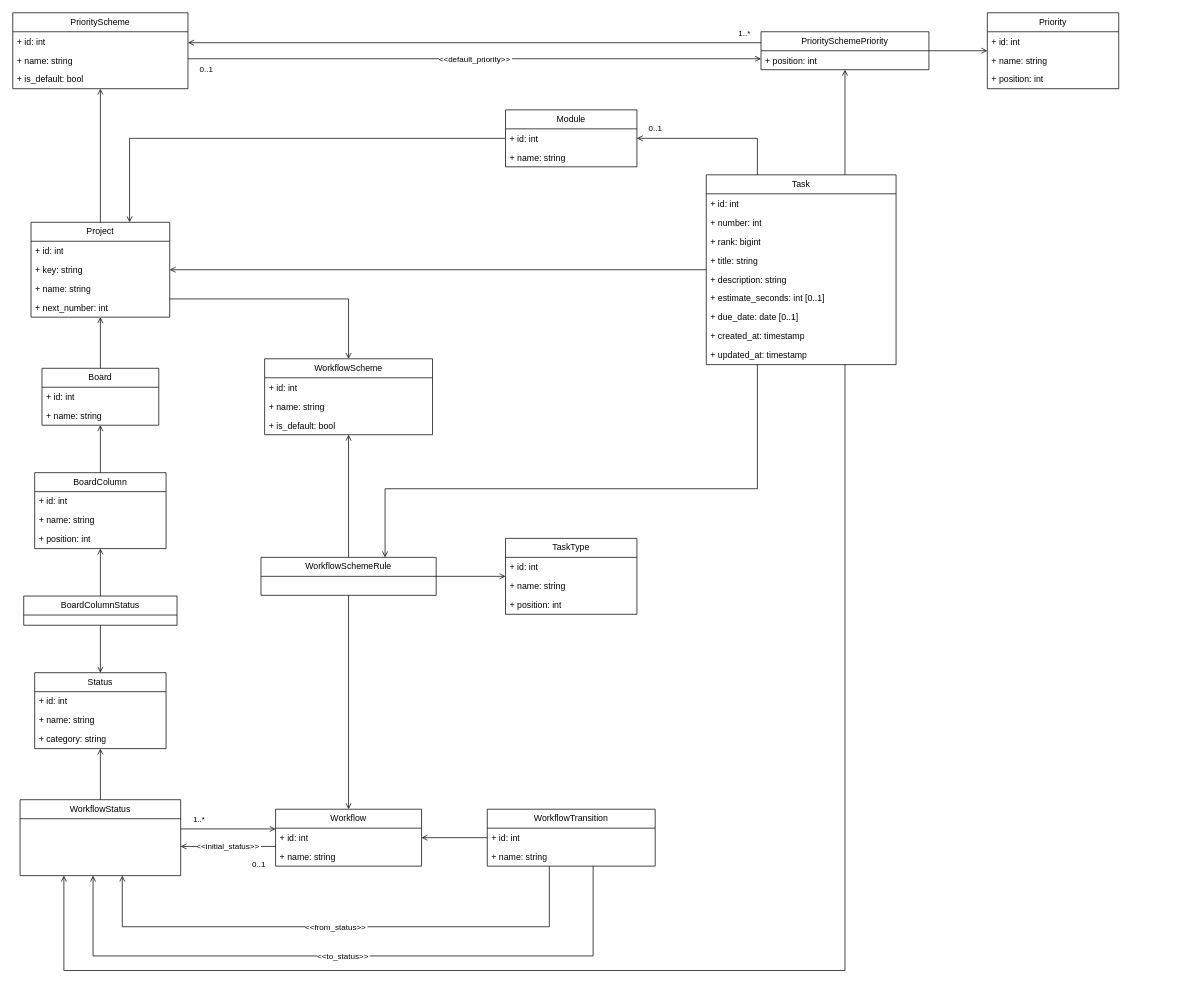
Earlier version of the draw.io diagram page "Классы — общее" (1 of 2) of docs/Диаграммы.drawio (hedgehog-pm/service-tracker). Source tidied: cells renumbered, new cells numbered last; positions are measured from the earlier drawing's top-left corner, leaving out a move shared by most shapes. Both pictures are drawn from the tidied source at 73%, with x=0, y=0 at pixel (12, 12).
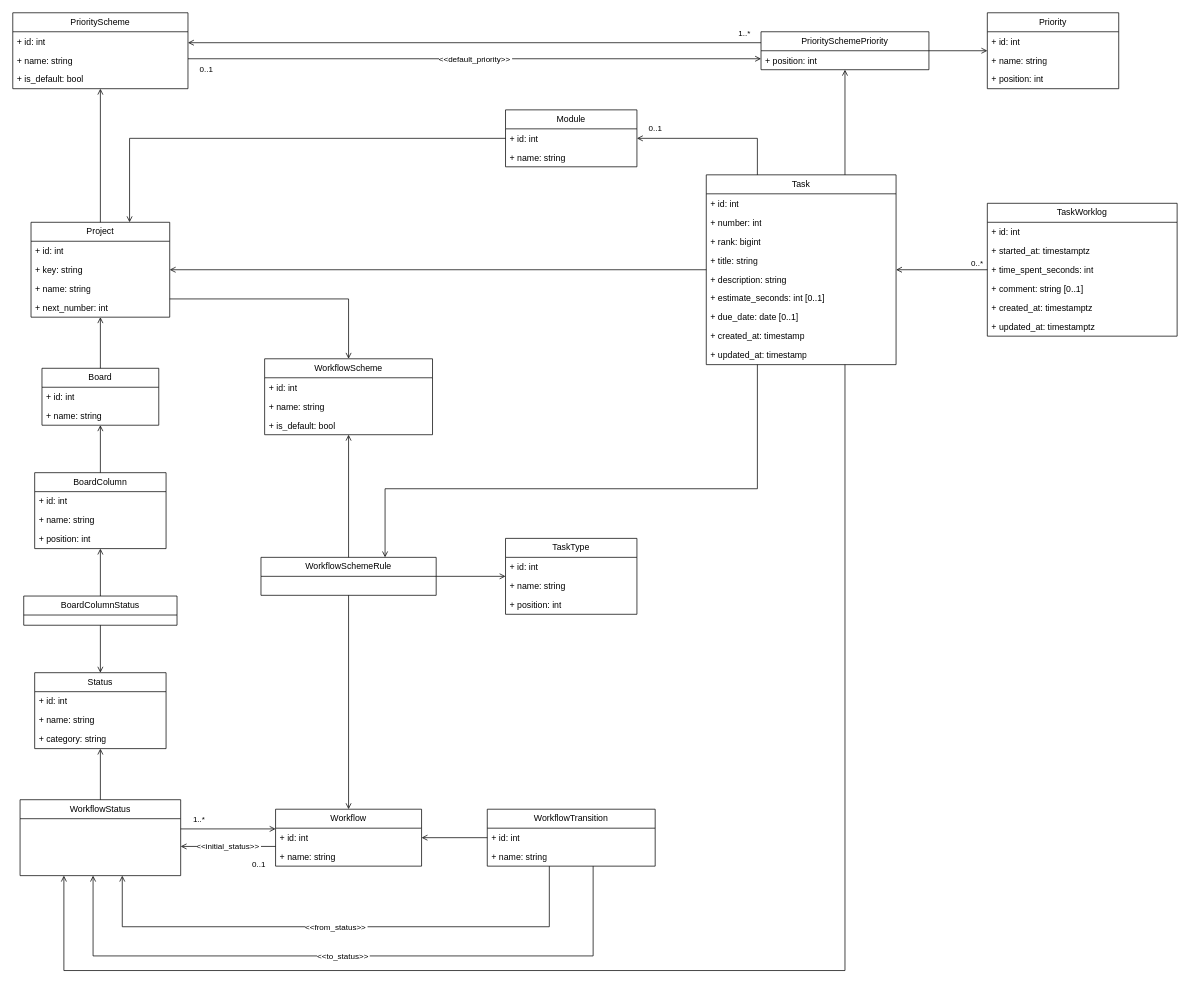
The same diagram, later.

The change refers to these unchanged cells:
```xml
<mxCell id="18" value="Task" style="swimlane;fontStyle=0;horizontal=1;startSize=26;fillColor=none;whiteSpace=wrap;html=1;fontFamily=Helvetica;fontSize=12;strokeColor=#000000;fontColor=#000000;fillColor=#FFFFFF;shadow=0;rounded=0;" parent="1" vertex="1">
  <mxGeometry x="950" y="222" width="260" height="260" as="geometry" />
</mxCell>
```

The edit, as a diff of the source:
```diff
@@
+    <mxCell id="91" value="TaskWorklog" style="swimlane;fontStyle=0;horizontal=1;startSize=26;fillColor=none;whiteSpace=wrap;html=1;fontFamily=Helvetica;fontSize=12;strokeColor=#000000;fontColor=#000000;fillColor=#FFFFFF;shadow=0;rounded=0;" parent="1" vertex="1">
+      <mxGeometry x="1335" y="261" width="260" height="182" as="geometry" />
+    </mxCell>
+    <mxCell id="92" value="+ id: int" style="text;strokeColor=none;fillColor=none;align=left;verticalAlign=top;spacingLeft=4;spacingRight=4;overflow=hidden;whiteSpace=wrap;html=1;fontFamily=Helvetica;fontSize=12;fontColor=#000000;" parent="91" vertex="1">
+      <mxGeometry y="26" width="260" height="26" as="geometry" />
+    </mxCell>
+    <mxCell id="93" value="+ started_at: timestamptz" style="text;strokeColor=none;fillColor=none;align=left;verticalAlign=top;spacingLeft=4;spacingRight=4;overflow=hidden;whiteSpace=wrap;html=1;fontFamily=Helvetica;fontSize=12;fontColor=#000000;" parent="91" vertex="1">
+      <mxGeometry y="52" width="260" height="26" as="geometry" />
+    </mxCell>
+    <mxCell id="94" value="+ time_spent_seconds: int" style="text;strokeColor=none;fillColor=none;align=left;verticalAlign=top;spacingLeft=4;spacingRight=4;overflow=hidden;whiteSpace=wrap;html=1;fontFamily=Helvetica;fontSize=12;fontColor=#000000;" parent="91" vertex="1">
+      <mxGeometry y="78" width="260" height="26" as="geometry" />
+    </mxCell>
+    <mxCell id="95" value="+ comment: string [0..1]" style="text;strokeColor=none;fillColor=none;align=left;verticalAlign=top;spacingLeft=4;spacingRight=4;overflow=hidden;whiteSpace=wrap;html=1;fontFamily=Helvetica;fontSize=12;fontColor=#000000;" parent="91" vertex="1">
+      <mxGeometry y="104" width="260" height="26" as="geometry" />
+    </mxCell>
+    <mxCell id="96" value="+ created_at: timestamptz" style="text;strokeColor=none;fillColor=none;align=left;verticalAlign=top;spacingLeft=4;spacingRight=4;overflow=hidden;whiteSpace=wrap;html=1;fontFamily=Helvetica;fontSize=12;fontColor=#000000;" parent="91" vertex="1">
+      <mxGeometry y="130" width="260" height="26" as="geometry" />
+    </mxCell>
+    <mxCell id="97" value="+ updated_at: timestamptz" style="text;strokeColor=none;fillColor=none;align=left;verticalAlign=top;spacingLeft=4;spacingRight=4;overflow=hidden;whiteSpace=wrap;html=1;fontFamily=Helvetica;fontSize=12;fontColor=#000000;" parent="91" vertex="1">
+      <mxGeometry y="156" width="260" height="26" as="geometry" />
+    </mxCell>
+    <mxCell id="98" style="shape=connector;rounded=0;html=1;strokeColor=#000000;strokeWidth=1;fontColor=#000000;fontFamily=Helvetica;fontSize=11;labelBackgroundColor=#FFFFFF;endFill=0;startArrow=none;startFill=0;endArrow=open;edgeStyle=orthogonalEdgeStyle;curved=0;exitPerimeter=0;entryPerimeter=0;jettySize=0;exitX=0;exitY=0.5;exitDx=0;exitDy=0;entryX=1;entryY=0.5;entryDx=0;entryDy=0;" parent="1" edge="1" source="91" target="18">
+      <mxGeometry relative="1" as="geometry" />
+    </mxCell>
+    <mxCell id="99" value="0..*" style="edgeLabel;html=1;align=center;verticalAlign=middle;fontFamily=Helvetica;fontSize=11;fontColor=#000000;labelBackgroundColor=#FFFFFF;" parent="98" vertex="1">
+      <mxGeometry x="-1" relative="1" as="geometry">
+        <mxPoint x="-15" y="-10" as="offset" />
+      </mxGeometry>
+    </mxCell>
```
